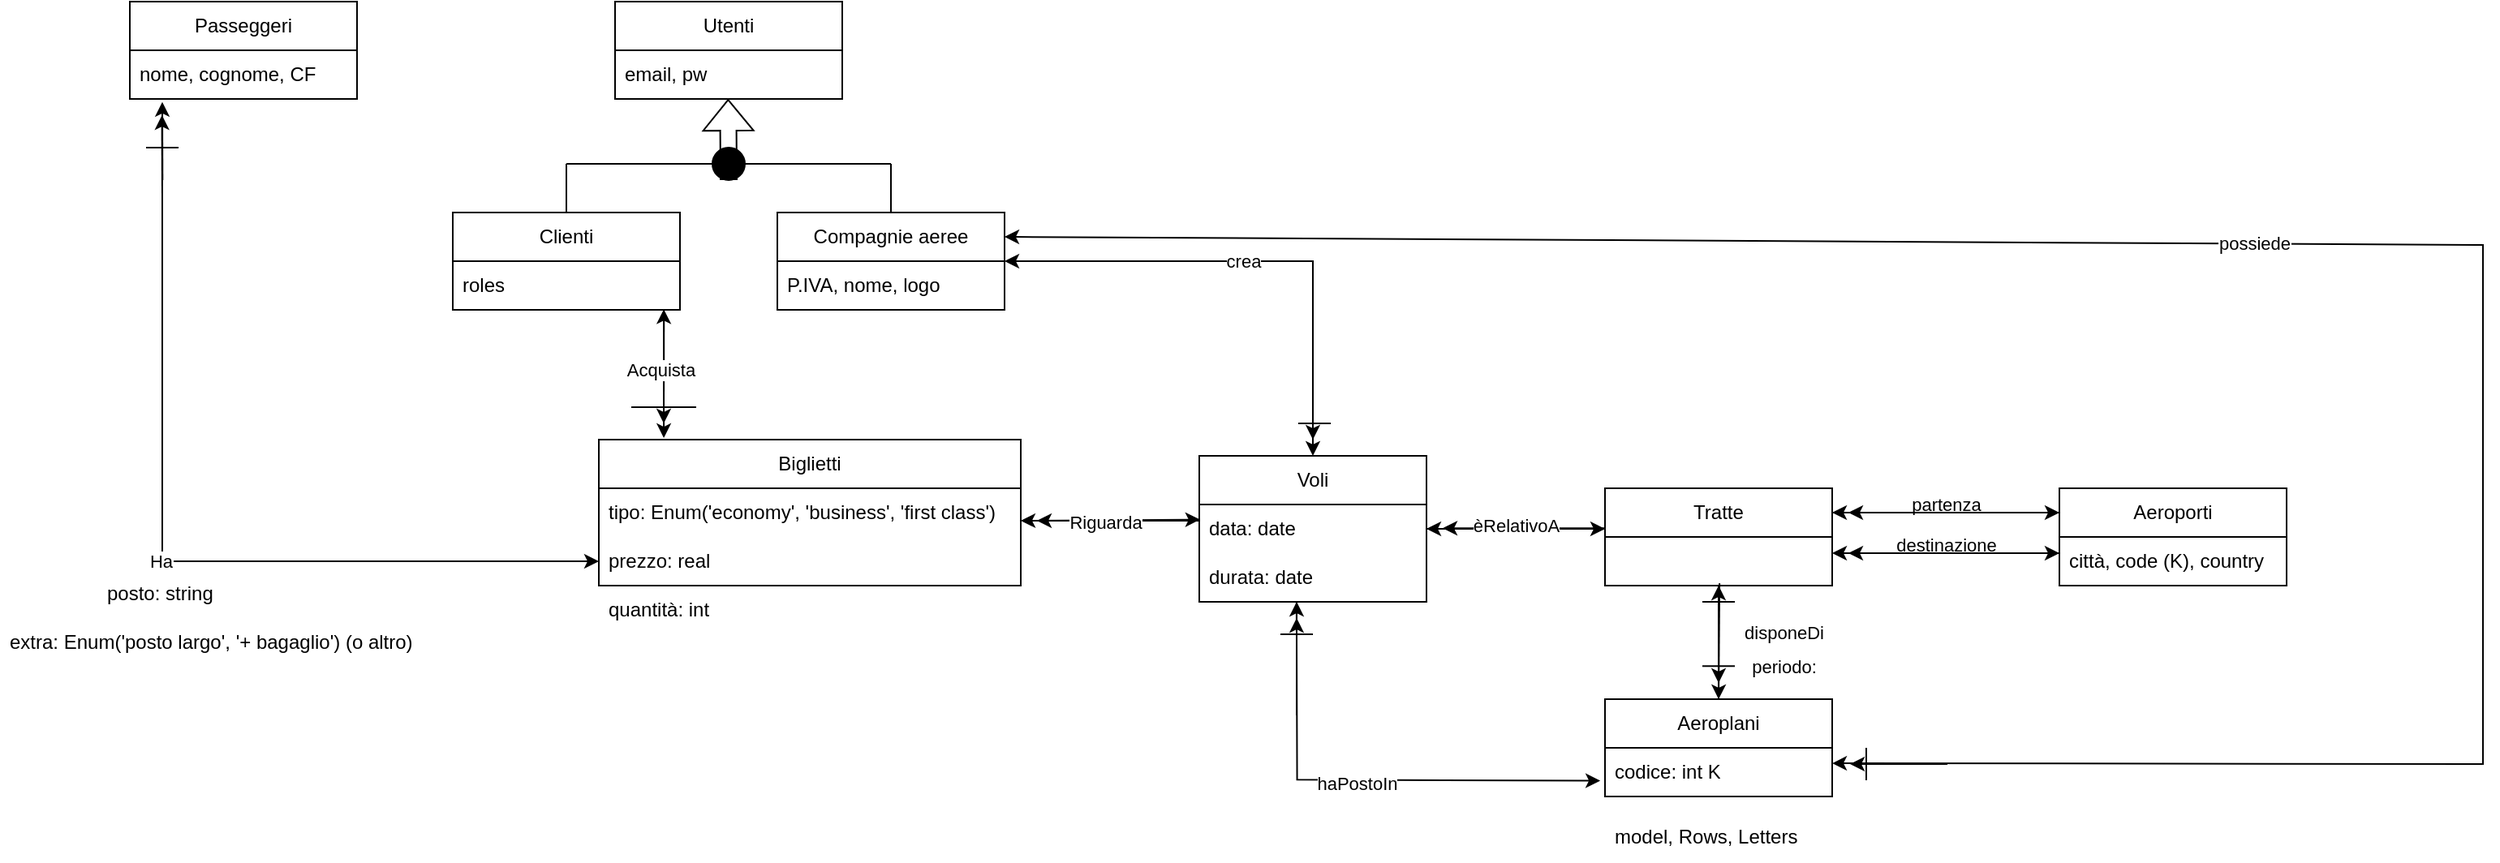
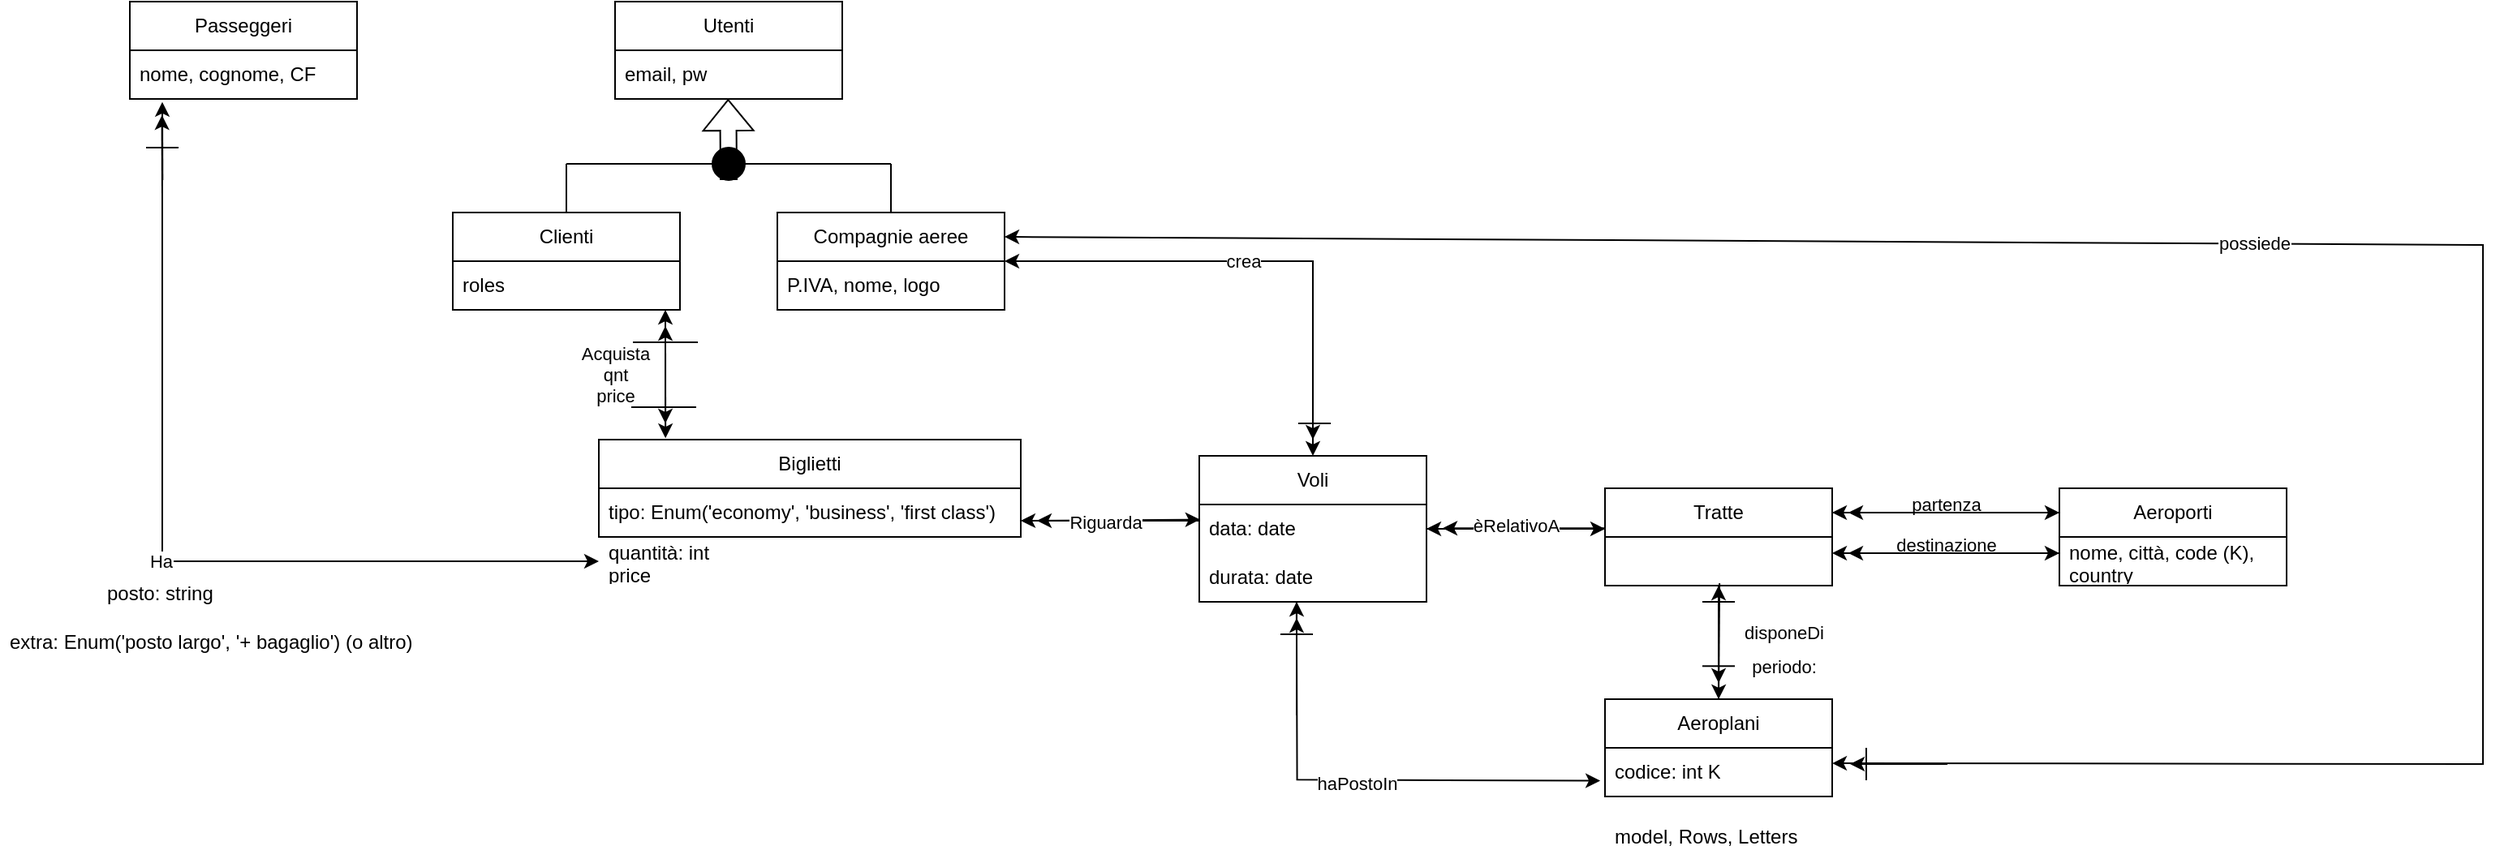
<mxfile host="65bd71144e">
    <diagram name="Pagina-1" id="Y2F9K8NCZ-bAOCw_idQH">
-         <mxGraphModel dx="2176" dy="2015" grid="1" gridSize="10" guides="1" tooltips="1" connect="1" arrows="1" fold="1" page="1" pageScale="1" pageWidth="1169" pageHeight="827" background="none" math="0" shadow="0">
+         <mxGraphModel dx="2523" dy="2261" grid="1" gridSize="10" guides="1" tooltips="1" connect="1" arrows="1" fold="1" page="1" pageScale="1" pageWidth="1169" pageHeight="827" background="none" math="0" shadow="0">
            <root>
                <mxCell id="0"/>
                <mxCell id="1" parent="0"/>
                <mxCell id="_ETjs5SsKa_0tdBlZnar-3" value="Utenti" style="swimlane;fontStyle=0;childLayout=stackLayout;horizontal=1;startSize=30;horizontalStack=0;resizeParent=1;resizeParentMax=0;resizeLast=0;collapsible=1;marginBottom=0;whiteSpace=wrap;html=1;" parent="1" vertex="1">
                    <mxGeometry x="119" y="-1600" width="140" height="60" as="geometry"/>
                </mxCell>
                <mxCell id="_ETjs5SsKa_0tdBlZnar-4" value="email, pw" style="text;strokeColor=none;fillColor=none;align=left;verticalAlign=middle;spacingLeft=4;spacingRight=4;overflow=hidden;points=[[0,0.5],[1,0.5]];portConstraint=eastwest;rotatable=0;whiteSpace=wrap;html=1;" parent="_ETjs5SsKa_0tdBlZnar-3" vertex="1">
                    <mxGeometry y="30" width="140" height="30" as="geometry"/>
                </mxCell>
                <mxCell id="_ETjs5SsKa_0tdBlZnar-15" value="Clienti" style="swimlane;fontStyle=0;childLayout=stackLayout;horizontal=1;startSize=30;horizontalStack=0;resizeParent=1;resizeParentMax=0;resizeLast=0;collapsible=1;marginBottom=0;whiteSpace=wrap;html=1;" parent="1" vertex="1">
                    <mxGeometry x="19" y="-1470" width="140" height="60" as="geometry"/>
                </mxCell>
-                 <mxCell id="31" value="roles" style="text;strokeColor=none;fillColor=none;align=left;verticalAlign=middle;spacingLeft=4;spacingRight=4;overflow=hidden;points=[[0,0.5],[1,0.5]];portConstraint=eastwest;rotatable=0;whiteSpace=wrap;html=1;" vertex="1" parent="_ETjs5SsKa_0tdBlZnar-15">
+                 <mxCell id="31" value="roles" style="text;strokeColor=none;fillColor=none;align=left;verticalAlign=middle;spacingLeft=4;spacingRight=4;overflow=hidden;points=[[0,0.5],[1,0.5]];portConstraint=eastwest;rotatable=0;whiteSpace=wrap;html=1;" parent="_ETjs5SsKa_0tdBlZnar-15" vertex="1">
                    <mxGeometry y="30" width="140" height="30" as="geometry"/>
                </mxCell>
                <mxCell id="_ETjs5SsKa_0tdBlZnar-17" value="Compagnie aeree" style="swimlane;fontStyle=0;childLayout=stackLayout;horizontal=1;startSize=30;horizontalStack=0;resizeParent=1;resizeParentMax=0;resizeLast=0;collapsible=1;marginBottom=0;whiteSpace=wrap;html=1;" parent="1" vertex="1">
                    <mxGeometry x="219" y="-1470" width="140" height="60" as="geometry"/>
                </mxCell>
                <mxCell id="_ETjs5SsKa_0tdBlZnar-18" value="P.IVA, nome, logo" style="text;strokeColor=none;fillColor=none;align=left;verticalAlign=middle;spacingLeft=4;spacingRight=4;overflow=hidden;points=[[0,0.5],[1,0.5]];portConstraint=eastwest;rotatable=0;whiteSpace=wrap;html=1;" parent="_ETjs5SsKa_0tdBlZnar-17" vertex="1">
                    <mxGeometry y="30" width="140" height="30" as="geometry"/>
                </mxCell>
                <mxCell id="_ETjs5SsKa_0tdBlZnar-19" value="Tratte" style="swimlane;fontStyle=0;childLayout=stackLayout;horizontal=1;startSize=30;horizontalStack=0;resizeParent=1;resizeParentMax=0;resizeLast=0;collapsible=1;marginBottom=0;whiteSpace=wrap;html=1;" parent="1" vertex="1">
                    <mxGeometry x="729" y="-1300" width="140" height="60" as="geometry"/>
                </mxCell>
                <mxCell id="_ETjs5SsKa_0tdBlZnar-21" value="Aeroplani" style="swimlane;fontStyle=0;childLayout=stackLayout;horizontal=1;startSize=30;horizontalStack=0;resizeParent=1;resizeParentMax=0;resizeLast=0;collapsible=1;marginBottom=0;whiteSpace=wrap;html=1;" parent="1" vertex="1">
                    <mxGeometry x="729" y="-1170" width="140" height="60" as="geometry"/>
                </mxCell>
                <mxCell id="_ETjs5SsKa_0tdBlZnar-22" value="codice: int K" style="text;strokeColor=none;fillColor=none;align=left;verticalAlign=middle;spacingLeft=4;spacingRight=4;overflow=hidden;points=[[0,0.5],[1,0.5]];portConstraint=eastwest;rotatable=0;whiteSpace=wrap;html=1;" parent="_ETjs5SsKa_0tdBlZnar-21" vertex="1">
                    <mxGeometry y="30" width="140" height="30" as="geometry"/>
                </mxCell>
                <mxCell id="_ETjs5SsKa_0tdBlZnar-23" value="Aeroporti" style="swimlane;fontStyle=0;childLayout=stackLayout;horizontal=1;startSize=30;horizontalStack=0;resizeParent=1;resizeParentMax=0;resizeLast=0;collapsible=1;marginBottom=0;whiteSpace=wrap;html=1;" parent="1" vertex="1">
                    <mxGeometry x="1009" y="-1300" width="140" height="60" as="geometry"/>
                </mxCell>
-                 <mxCell id="_ETjs5SsKa_0tdBlZnar-24" value="città, code (K), country" style="text;strokeColor=none;fillColor=none;align=left;verticalAlign=middle;spacingLeft=4;spacingRight=4;overflow=hidden;points=[[0,0.5],[1,0.5]];portConstraint=eastwest;rotatable=0;whiteSpace=wrap;html=1;" parent="_ETjs5SsKa_0tdBlZnar-23" vertex="1">
+                 <mxCell id="_ETjs5SsKa_0tdBlZnar-24" value="nome, città, code (K), country" style="text;strokeColor=none;fillColor=none;align=left;verticalAlign=middle;spacingLeft=4;spacingRight=4;overflow=hidden;points=[[0,0.5],[1,0.5]];portConstraint=eastwest;rotatable=0;whiteSpace=wrap;html=1;" parent="_ETjs5SsKa_0tdBlZnar-23" vertex="1">
                    <mxGeometry y="30" width="140" height="30" as="geometry"/>
                </mxCell>
                <mxCell id="_ETjs5SsKa_0tdBlZnar-25" value="" style="endArrow=classic;html=1;rounded=0;exitX=1;exitY=0.25;exitDx=0;exitDy=0;entryX=0;entryY=0.25;entryDx=0;entryDy=0;" parent="1" source="_ETjs5SsKa_0tdBlZnar-19" target="_ETjs5SsKa_0tdBlZnar-23" edge="1">
                    <mxGeometry width="50" height="50" relative="1" as="geometry">
                        <mxPoint x="709" y="-1000" as="sourcePoint"/>
                        <mxPoint x="759" y="-1050" as="targetPoint"/>
                    </mxGeometry>
                </mxCell>
                <mxCell id="_ETjs5SsKa_0tdBlZnar-27" value="" style="endArrow=classic;html=1;rounded=0;entryX=1;entryY=0.25;entryDx=0;entryDy=0;exitX=0;exitY=0.25;exitDx=0;exitDy=0;" parent="1" source="_ETjs5SsKa_0tdBlZnar-23" target="_ETjs5SsKa_0tdBlZnar-19" edge="1">
                    <mxGeometry width="50" height="50" relative="1" as="geometry">
                        <mxPoint x="709" y="-1000" as="sourcePoint"/>
                        <mxPoint x="759" y="-1050" as="targetPoint"/>
                    </mxGeometry>
                </mxCell>
                <mxCell id="_ETjs5SsKa_0tdBlZnar-28" value="partenza" style="edgeLabel;html=1;align=center;verticalAlign=middle;resizable=0;points=[];" parent="_ETjs5SsKa_0tdBlZnar-27" vertex="1" connectable="0">
                    <mxGeometry x="0.0872" y="2" relative="1" as="geometry">
                        <mxPoint x="6" y="-7" as="offset"/>
                    </mxGeometry>
                </mxCell>
                <mxCell id="_ETjs5SsKa_0tdBlZnar-29" value="" style="endArrow=classic;html=1;rounded=0;exitX=0;exitY=0.25;exitDx=0;exitDy=0;" parent="1" source="_ETjs5SsKa_0tdBlZnar-23" edge="1">
                    <mxGeometry width="50" height="50" relative="1" as="geometry">
                        <mxPoint x="709" y="-1000" as="sourcePoint"/>
                        <mxPoint x="879" y="-1285" as="targetPoint"/>
                    </mxGeometry>
                </mxCell>
                <mxCell id="_ETjs5SsKa_0tdBlZnar-30" value="" style="endArrow=classic;html=1;rounded=0;entryX=1;entryY=0.25;entryDx=0;entryDy=0;exitX=0;exitY=0.25;exitDx=0;exitDy=0;" parent="1" edge="1">
                    <mxGeometry width="50" height="50" relative="1" as="geometry">
                        <mxPoint x="1009" y="-1260" as="sourcePoint"/>
                        <mxPoint x="869" y="-1260" as="targetPoint"/>
                    </mxGeometry>
                </mxCell>
                <mxCell id="_ETjs5SsKa_0tdBlZnar-31" value="destinazione" style="edgeLabel;html=1;align=center;verticalAlign=middle;resizable=0;points=[];" parent="_ETjs5SsKa_0tdBlZnar-30" vertex="1" connectable="0">
                    <mxGeometry x="0.0872" y="2" relative="1" as="geometry">
                        <mxPoint x="6" y="-7" as="offset"/>
                    </mxGeometry>
                </mxCell>
                <mxCell id="_ETjs5SsKa_0tdBlZnar-32" value="" style="endArrow=classic;html=1;rounded=0;exitX=0;exitY=0.25;exitDx=0;exitDy=0;" parent="1" edge="1">
                    <mxGeometry width="50" height="50" relative="1" as="geometry">
                        <mxPoint x="1009" y="-1260" as="sourcePoint"/>
                        <mxPoint x="879" y="-1260" as="targetPoint"/>
                    </mxGeometry>
                </mxCell>
                <mxCell id="_ETjs5SsKa_0tdBlZnar-33" value="" style="endArrow=classic;html=1;rounded=0;exitX=1.007;exitY=0.333;exitDx=0;exitDy=0;exitPerimeter=0;" parent="1" edge="1">
                    <mxGeometry width="50" height="50" relative="1" as="geometry">
                        <mxPoint x="869.9799999999998" y="-1260.0100000000002" as="sourcePoint"/>
                        <mxPoint x="1009" y="-1260" as="targetPoint"/>
                    </mxGeometry>
                </mxCell>
                <mxCell id="_ETjs5SsKa_0tdBlZnar-34" value="" style="endArrow=classic;html=1;rounded=0;exitX=0.504;exitY=0.951;exitDx=0;exitDy=0;exitPerimeter=0;entryX=0.5;entryY=0;entryDx=0;entryDy=0;" parent="1" target="_ETjs5SsKa_0tdBlZnar-21" edge="1">
                    <mxGeometry width="50" height="50" relative="1" as="geometry">
                        <mxPoint x="799.56" y="-1241.47" as="sourcePoint"/>
                        <mxPoint x="719" y="-1050" as="targetPoint"/>
                    </mxGeometry>
                </mxCell>
                <mxCell id="_ETjs5SsKa_0tdBlZnar-36" value="" style="endArrow=classic;html=1;rounded=0;" parent="1" edge="1">
                    <mxGeometry width="50" height="50" relative="1" as="geometry">
                        <mxPoint x="799" y="-1240" as="sourcePoint"/>
                        <mxPoint x="799" y="-1180" as="targetPoint"/>
                    </mxGeometry>
                </mxCell>
                <mxCell id="_ETjs5SsKa_0tdBlZnar-38" value="disponeDi" style="edgeLabel;html=1;align=center;verticalAlign=middle;resizable=0;points=[];" parent="_ETjs5SsKa_0tdBlZnar-36" vertex="1" connectable="0">
                    <mxGeometry x="-0.0573" y="1" relative="1" as="geometry">
                        <mxPoint x="39" as="offset"/>
                    </mxGeometry>
                </mxCell>
                <mxCell id="_ETjs5SsKa_0tdBlZnar-40" value="periodo:" style="edgeLabel;html=1;align=center;verticalAlign=middle;resizable=0;points=[];" parent="1" vertex="1" connectable="0">
                    <mxGeometry x="839" y="-1190.0048717948719" as="geometry"/>
                </mxCell>
                <mxCell id="_ETjs5SsKa_0tdBlZnar-41" value="" style="endArrow=classic;html=1;rounded=0;" parent="1" edge="1">
                    <mxGeometry width="50" height="50" relative="1" as="geometry">
                        <mxPoint x="799" y="-1170" as="sourcePoint"/>
                        <mxPoint x="799" y="-1240" as="targetPoint"/>
                    </mxGeometry>
                </mxCell>
                <mxCell id="_ETjs5SsKa_0tdBlZnar-42" value="Voli" style="swimlane;fontStyle=0;childLayout=stackLayout;horizontal=1;startSize=30;horizontalStack=0;resizeParent=1;resizeParentMax=0;resizeLast=0;collapsible=1;marginBottom=0;whiteSpace=wrap;html=1;" parent="1" vertex="1">
                    <mxGeometry x="479" y="-1320" width="140" height="90" as="geometry"/>
                </mxCell>
                <mxCell id="_ETjs5SsKa_0tdBlZnar-43" value="data: date" style="text;strokeColor=none;fillColor=none;align=left;verticalAlign=middle;spacingLeft=4;spacingRight=4;overflow=hidden;points=[[0,0.5],[1,0.5]];portConstraint=eastwest;rotatable=0;whiteSpace=wrap;html=1;" parent="_ETjs5SsKa_0tdBlZnar-42" vertex="1">
                    <mxGeometry y="30" width="140" height="30" as="geometry"/>
                </mxCell>
                <mxCell id="_ETjs5SsKa_0tdBlZnar-66" value="durata: date" style="text;strokeColor=none;fillColor=none;align=left;verticalAlign=middle;spacingLeft=4;spacingRight=4;overflow=hidden;points=[[0,0.5],[1,0.5]];portConstraint=eastwest;rotatable=0;whiteSpace=wrap;html=1;" parent="_ETjs5SsKa_0tdBlZnar-42" vertex="1">
                    <mxGeometry y="60" width="140" height="30" as="geometry"/>
                </mxCell>
                <mxCell id="_ETjs5SsKa_0tdBlZnar-46" value="Biglietti" style="swimlane;fontStyle=0;childLayout=stackLayout;horizontal=1;startSize=30;horizontalStack=0;resizeParent=1;resizeParentMax=0;resizeLast=0;collapsible=1;marginBottom=0;whiteSpace=wrap;html=1;" parent="1" vertex="1">
-                     <mxGeometry x="109" y="-1330" width="260" height="90" as="geometry"/>
+                     <mxGeometry x="109" y="-1330" width="260" height="60" as="geometry"/>
                </mxCell>
                <mxCell id="Bv-jkNyQtQAfHgGsfsne-6" value="tipo: Enum(&#39;economy&#39;, &#39;business&#39;, &#39;first class&#39;)" style="text;strokeColor=none;fillColor=none;align=left;verticalAlign=middle;spacingLeft=4;spacingRight=4;overflow=hidden;points=[[0,0.5],[1,0.5]];portConstraint=eastwest;rotatable=0;whiteSpace=wrap;html=1;" parent="_ETjs5SsKa_0tdBlZnar-46" vertex="1">
                    <mxGeometry y="30" width="260" height="30" as="geometry"/>
                </mxCell>
-                 <mxCell id="EdjyHUfcLkRTV670vATM-4" value="prezzo: real" style="text;strokeColor=none;fillColor=none;align=left;verticalAlign=middle;spacingLeft=4;spacingRight=4;overflow=hidden;points=[[0,0.5],[1,0.5]];portConstraint=eastwest;rotatable=0;whiteSpace=wrap;html=1;" parent="_ETjs5SsKa_0tdBlZnar-46" vertex="1">
-                     <mxGeometry y="60" width="260" height="30" as="geometry"/>
-                 </mxCell>
                <mxCell id="_ETjs5SsKa_0tdBlZnar-62" value="" style="endArrow=classic;html=1;rounded=0;exitX=1;exitY=0.5;exitDx=0;exitDy=0;" parent="1" source="_ETjs5SsKa_0tdBlZnar-43" edge="1">
                    <mxGeometry width="50" height="50" relative="1" as="geometry">
                        <mxPoint x="549" y="-1210" as="sourcePoint"/>
                        <mxPoint x="729" y="-1275" as="targetPoint"/>
                    </mxGeometry>
                </mxCell>
                <mxCell id="_ETjs5SsKa_0tdBlZnar-63" value="" style="endArrow=classic;html=1;rounded=0;entryX=1;entryY=0.5;entryDx=0;entryDy=0;" parent="1" target="_ETjs5SsKa_0tdBlZnar-43" edge="1">
                    <mxGeometry width="50" height="50" relative="1" as="geometry">
                        <mxPoint x="729" y="-1275" as="sourcePoint"/>
                        <mxPoint x="549" y="-1230" as="targetPoint"/>
                    </mxGeometry>
                </mxCell>
                <mxCell id="_ETjs5SsKa_0tdBlZnar-64" value="" style="endArrow=classic;html=1;rounded=0;" parent="1" edge="1">
                    <mxGeometry width="50" height="50" relative="1" as="geometry">
                        <mxPoint x="729" y="-1275.4" as="sourcePoint"/>
                        <mxPoint x="629" y="-1275.4" as="targetPoint"/>
                    </mxGeometry>
                </mxCell>
                <mxCell id="_ETjs5SsKa_0tdBlZnar-65" value="èRelativoA" style="edgeLabel;html=1;align=center;verticalAlign=middle;resizable=0;points=[];" parent="_ETjs5SsKa_0tdBlZnar-64" vertex="1" connectable="0">
                    <mxGeometry x="0.0974" y="-2" relative="1" as="geometry">
                        <mxPoint as="offset"/>
                    </mxGeometry>
                </mxCell>
                <mxCell id="_ETjs5SsKa_0tdBlZnar-67" value="" style="shape=flexArrow;endArrow=classic;html=1;rounded=0;exitX=0.5;exitY=1;exitDx=0;exitDy=0;" parent="1" source="_ETjs5SsKa_0tdBlZnar-71" edge="1">
                    <mxGeometry width="50" height="50" relative="1" as="geometry">
                        <mxPoint x="189" y="-1500" as="sourcePoint"/>
                        <mxPoint x="188.67000000000002" y="-1540" as="targetPoint"/>
                    </mxGeometry>
                </mxCell>
                <mxCell id="_ETjs5SsKa_0tdBlZnar-68" value="" style="endArrow=none;html=1;rounded=0;" parent="1" source="_ETjs5SsKa_0tdBlZnar-71" edge="1">
                    <mxGeometry width="50" height="50" relative="1" as="geometry">
                        <mxPoint x="89" y="-1500" as="sourcePoint"/>
                        <mxPoint x="289" y="-1500" as="targetPoint"/>
                    </mxGeometry>
                </mxCell>
                <mxCell id="_ETjs5SsKa_0tdBlZnar-69" value="" style="endArrow=none;html=1;rounded=0;entryX=0.5;entryY=0;entryDx=0;entryDy=0;" parent="1" target="_ETjs5SsKa_0tdBlZnar-15" edge="1">
                    <mxGeometry width="50" height="50" relative="1" as="geometry">
                        <mxPoint x="89" y="-1500" as="sourcePoint"/>
                        <mxPoint x="299" y="-1490" as="targetPoint"/>
                    </mxGeometry>
                </mxCell>
                <mxCell id="_ETjs5SsKa_0tdBlZnar-70" value="" style="endArrow=none;html=1;rounded=0;entryX=0.5;entryY=0;entryDx=0;entryDy=0;" parent="1" target="_ETjs5SsKa_0tdBlZnar-17" edge="1">
                    <mxGeometry width="50" height="50" relative="1" as="geometry">
                        <mxPoint x="289" y="-1500" as="sourcePoint"/>
                        <mxPoint x="309" y="-1480" as="targetPoint"/>
                    </mxGeometry>
                </mxCell>
                <mxCell id="_ETjs5SsKa_0tdBlZnar-73" value="" style="shape=flexArrow;endArrow=classic;html=1;rounded=0;" parent="1" target="_ETjs5SsKa_0tdBlZnar-71" edge="1">
                    <mxGeometry width="50" height="50" relative="1" as="geometry">
                        <mxPoint x="189" y="-1500" as="sourcePoint"/>
                        <mxPoint x="188.67000000000002" y="-1540" as="targetPoint"/>
                    </mxGeometry>
                </mxCell>
                <mxCell id="_ETjs5SsKa_0tdBlZnar-74" value="" style="endArrow=none;html=1;rounded=0;" parent="1" target="_ETjs5SsKa_0tdBlZnar-71" edge="1">
                    <mxGeometry width="50" height="50" relative="1" as="geometry">
                        <mxPoint x="89" y="-1500" as="sourcePoint"/>
                        <mxPoint x="289" y="-1500" as="targetPoint"/>
                    </mxGeometry>
                </mxCell>
                <mxCell id="_ETjs5SsKa_0tdBlZnar-71" value="" style="ellipse;whiteSpace=wrap;html=1;aspect=fixed;strokeColor=#000000;fillColor=#000000;" parent="1" vertex="1">
                    <mxGeometry x="179" y="-1510" width="20" height="20" as="geometry"/>
                </mxCell>
                <mxCell id="_ETjs5SsKa_0tdBlZnar-85" value="" style="endArrow=classic;html=1;rounded=0;exitX=0.426;exitY=1.011;exitDx=0;exitDy=0;exitPerimeter=0;entryX=-0.021;entryY=0.675;entryDx=0;entryDy=0;entryPerimeter=0;" parent="1" target="_ETjs5SsKa_0tdBlZnar-22" edge="1">
                    <mxGeometry width="50" height="50" relative="1" as="geometry">
                        <mxPoint x="538.92" y="-1230" as="sourcePoint"/>
                        <mxPoint x="729" y="-1118.67" as="targetPoint"/>
                        <Array as="points">
                            <mxPoint x="539.28" y="-1120.33"/>
                        </Array>
                    </mxGeometry>
                </mxCell>
                <mxCell id="_ETjs5SsKa_0tdBlZnar-86" value="haPostoIn" style="edgeLabel;html=1;align=center;verticalAlign=middle;resizable=0;points=[];" parent="_ETjs5SsKa_0tdBlZnar-85" vertex="1" connectable="0">
                    <mxGeometry x="-0.0113" y="-2" relative="1" as="geometry">
                        <mxPoint as="offset"/>
                    </mxGeometry>
                </mxCell>
                <mxCell id="_ETjs5SsKa_0tdBlZnar-88" value="" style="endArrow=classic;html=1;rounded=0;" parent="1" edge="1">
                    <mxGeometry width="50" height="50" relative="1" as="geometry">
                        <mxPoint x="539" y="-1170" as="sourcePoint"/>
                        <mxPoint x="539" y="-1230" as="targetPoint"/>
                    </mxGeometry>
                </mxCell>
                <mxCell id="_ETjs5SsKa_0tdBlZnar-89" value="" style="endArrow=classic;html=1;rounded=0;" parent="1" edge="1">
                    <mxGeometry width="50" height="50" relative="1" as="geometry">
                        <mxPoint x="539" y="-1160" as="sourcePoint"/>
                        <mxPoint x="539" y="-1220" as="targetPoint"/>
                    </mxGeometry>
                </mxCell>
-                 <mxCell id="hUyTWg2xCONPmjfaOem0-3" value="" style="endArrow=classic;startArrow=classic;html=1;rounded=0;exitX=0.154;exitY=-0.011;exitDx=0;exitDy=0;exitPerimeter=0;entryX=0.929;entryY=0.989;entryDx=0;entryDy=0;entryPerimeter=0;" parent="1" source="_ETjs5SsKa_0tdBlZnar-46" edge="1">
+                 <mxCell id="hUyTWg2xCONPmjfaOem0-3" value="" style="endArrow=classic;startArrow=classic;html=1;rounded=0;exitX=0.158;exitY=-0.015;exitDx=0;exitDy=0;exitPerimeter=0;" parent="1" source="_ETjs5SsKa_0tdBlZnar-46" edge="1">
                    <mxGeometry width="50" height="50" relative="1" as="geometry">
                        <mxPoint x="289" y="-1260" as="sourcePoint"/>
-                         <mxPoint x="149.05999999999995" y="-1410.33" as="targetPoint"/>
-                     </mxGeometry>
-                 </mxCell>
-                 <mxCell id="hUyTWg2xCONPmjfaOem0-9" value="" style="endArrow=classic;html=1;rounded=0;exitX=0.929;exitY=1;exitDx=0;exitDy=0;exitPerimeter=0;" parent="1" edge="1">
-                     <mxGeometry width="50" height="50" relative="1" as="geometry">
-                         <mxPoint x="149.05999999999995" y="-1410" as="sourcePoint"/>
-                         <mxPoint x="149" y="-1340" as="targetPoint"/>
-                     </mxGeometry>
-                 </mxCell>
-                 <mxCell id="Bv-jkNyQtQAfHgGsfsne-1" value="Acquista" style="edgeLabel;html=1;align=center;verticalAlign=middle;resizable=0;points=[];" parent="hUyTWg2xCONPmjfaOem0-9" vertex="1" connectable="0">
+                         <mxPoint x="150" y="-1400" as="targetPoint"/>
+                     </mxGeometry>
+                 </mxCell>
+                 <mxCell id="hUyTWg2xCONPmjfaOem0-9" value="" style="endArrow=classic;html=1;rounded=0;" parent="1" edge="1">
+                     <mxGeometry width="50" height="50" relative="1" as="geometry">
+                         <mxPoint x="150" y="-1400" as="sourcePoint"/>
+                         <mxPoint x="150" y="-1340" as="targetPoint"/>
+                     </mxGeometry>
+                 </mxCell>
+                 <mxCell id="Bv-jkNyQtQAfHgGsfsne-1" value="Acquista&lt;div&gt;qnt&lt;/div&gt;&lt;div&gt;price&lt;/div&gt;" style="edgeLabel;html=1;align=center;verticalAlign=middle;resizable=0;points=[];" parent="hUyTWg2xCONPmjfaOem0-9" vertex="1" connectable="0">
                    <mxGeometry x="0.0517" y="-2" relative="1" as="geometry">
-                         <mxPoint as="offset"/>
+                         <mxPoint x="-29" y="-2" as="offset"/>
                    </mxGeometry>
                </mxCell>
                <mxCell id="Bv-jkNyQtQAfHgGsfsne-2" value="" style="endArrow=classic;startArrow=classic;html=1;rounded=0;entryX=0.003;entryY=0.31;entryDx=0;entryDy=0;entryPerimeter=0;" parent="1" target="_ETjs5SsKa_0tdBlZnar-43" edge="1">
                    <mxGeometry width="50" height="50" relative="1" as="geometry">
                        <mxPoint x="369" y="-1280" as="sourcePoint"/>
                        <mxPoint x="419" y="-1330" as="targetPoint"/>
                    </mxGeometry>
                </mxCell>
                <mxCell id="Bv-jkNyQtQAfHgGsfsne-3" value="" style="endArrow=classic;html=1;rounded=0;" parent="1" edge="1">
                    <mxGeometry width="50" height="50" relative="1" as="geometry">
                        <mxPoint x="479" y="-1280" as="sourcePoint"/>
                        <mxPoint x="379" y="-1280" as="targetPoint"/>
                    </mxGeometry>
                </mxCell>
                <mxCell id="Bv-jkNyQtQAfHgGsfsne-4" value="Riguarda" style="edgeLabel;html=1;align=center;verticalAlign=middle;resizable=0;points=[];" parent="Bv-jkNyQtQAfHgGsfsne-3" vertex="1" connectable="0">
                    <mxGeometry x="0.16" y="1" relative="1" as="geometry">
                        <mxPoint as="offset"/>
                    </mxGeometry>
                </mxCell>
                <mxCell id="EdjyHUfcLkRTV670vATM-6" value="" style="endArrow=none;html=1;rounded=0;" parent="1" edge="1">
                    <mxGeometry width="50" height="50" relative="1" as="geometry">
                        <mxPoint x="129" y="-1350" as="sourcePoint"/>
                        <mxPoint x="169" y="-1350" as="targetPoint"/>
                    </mxGeometry>
                </mxCell>
                <mxCell id="EdjyHUfcLkRTV670vATM-8" value="" style="endArrow=none;html=1;rounded=0;" parent="1" edge="1">
                    <mxGeometry width="50" height="50" relative="1" as="geometry">
                        <mxPoint x="529" y="-1210" as="sourcePoint"/>
                        <mxPoint x="549" y="-1210" as="targetPoint"/>
                    </mxGeometry>
                </mxCell>
                <mxCell id="EdjyHUfcLkRTV670vATM-9" value="" style="endArrow=none;html=1;rounded=0;" parent="1" edge="1">
                    <mxGeometry width="50" height="50" relative="1" as="geometry">
                        <mxPoint x="809" y="-1230" as="sourcePoint"/>
                        <mxPoint x="789" y="-1230" as="targetPoint"/>
                    </mxGeometry>
                </mxCell>
                <mxCell id="EdjyHUfcLkRTV670vATM-10" value="" style="endArrow=none;html=1;rounded=0;" parent="1" edge="1">
                    <mxGeometry width="50" height="50" relative="1" as="geometry">
                        <mxPoint x="809" y="-1190.3400000000001" as="sourcePoint"/>
                        <mxPoint x="789" y="-1190.3400000000001" as="targetPoint"/>
                    </mxGeometry>
                </mxCell>
                <mxCell id="EdjyHUfcLkRTV670vATM-13" value="" style="endArrow=classic;startArrow=classic;html=1;rounded=0;exitX=1;exitY=0.5;exitDx=0;exitDy=0;entryX=0.5;entryY=0;entryDx=0;entryDy=0;" parent="1" source="_ETjs5SsKa_0tdBlZnar-17" target="_ETjs5SsKa_0tdBlZnar-42" edge="1">
                    <mxGeometry width="50" height="50" relative="1" as="geometry">
                        <mxPoint x="620" y="-1330" as="sourcePoint"/>
                        <mxPoint x="670" y="-1380" as="targetPoint"/>
                        <Array as="points">
                            <mxPoint x="549" y="-1440"/>
                        </Array>
                    </mxGeometry>
                </mxCell>
                <mxCell id="EdjyHUfcLkRTV670vATM-15" value="crea" style="edgeLabel;html=1;align=center;verticalAlign=middle;resizable=0;points=[];" parent="EdjyHUfcLkRTV670vATM-13" connectable="0" vertex="1">
                    <mxGeometry x="-0.0562" relative="1" as="geometry">
                        <mxPoint as="offset"/>
                    </mxGeometry>
                </mxCell>
                <mxCell id="EdjyHUfcLkRTV670vATM-14" value="" style="endArrow=classic;html=1;rounded=0;" parent="1" edge="1">
                    <mxGeometry width="50" height="50" relative="1" as="geometry">
                        <mxPoint x="549" y="-1410" as="sourcePoint"/>
                        <mxPoint x="549" y="-1330" as="targetPoint"/>
                    </mxGeometry>
                </mxCell>
                <mxCell id="EdjyHUfcLkRTV670vATM-16" value="" style="endArrow=none;html=1;rounded=0;" parent="1" edge="1">
                    <mxGeometry width="50" height="50" relative="1" as="geometry">
                        <mxPoint x="540" y="-1340" as="sourcePoint"/>
                        <mxPoint x="560" y="-1340" as="targetPoint"/>
                    </mxGeometry>
                </mxCell>
                <mxCell id="11" value="Passeggeri" style="swimlane;fontStyle=0;childLayout=stackLayout;horizontal=1;startSize=30;horizontalStack=0;resizeParent=1;resizeParentMax=0;resizeLast=0;collapsible=1;marginBottom=0;whiteSpace=wrap;html=1;" parent="1" vertex="1">
                    <mxGeometry x="-180" y="-1600" width="140" height="60" as="geometry"/>
                </mxCell>
                <mxCell id="12" value="&lt;span style=&quot;color: rgb(0, 0, 0);&quot;&gt;nome, cognome, CF&lt;/span&gt;" style="text;strokeColor=none;fillColor=none;align=left;verticalAlign=middle;spacingLeft=4;spacingRight=4;overflow=hidden;points=[[0,0.5],[1,0.5]];portConstraint=eastwest;rotatable=0;whiteSpace=wrap;html=1;" parent="11" vertex="1">
                    <mxGeometry y="30" width="140" height="30" as="geometry"/>
                </mxCell>
-                 <mxCell id="16" value="" style="endArrow=classic;html=1;rounded=0;entryX=0;entryY=0.5;entryDx=0;entryDy=0;" parent="1" target="EdjyHUfcLkRTV670vATM-4" edge="1">
+                 <mxCell id="16" value="" style="endArrow=classic;html=1;rounded=0;entryX=0;entryY=0.5;entryDx=0;entryDy=0;" parent="1" edge="1">
                    <mxGeometry width="50" height="50" relative="1" as="geometry">
                        <mxPoint x="-160" y="-1530" as="sourcePoint"/>
-                         <mxPoint x="50" y="-1255" as="targetPoint"/>
+                         <mxPoint x="109" y="-1255" as="targetPoint"/>
                        <Array as="points">
                            <mxPoint x="-160" y="-1255"/>
                        </Array>
                    </mxGeometry>
                </mxCell>
                <mxCell id="17" value="Ha" style="edgeLabel;html=1;align=center;verticalAlign=middle;resizable=0;points=[];" parent="16" vertex="1" connectable="0">
                    <mxGeometry x="0.0517" y="-2" relative="1" as="geometry">
                        <mxPoint x="-12" y="-2" as="offset"/>
                    </mxGeometry>
                </mxCell>
                <mxCell id="19" value="" style="endArrow=classic;html=1;rounded=0;entryX=0.106;entryY=1.063;entryDx=0;entryDy=0;entryPerimeter=0;" parent="1" edge="1">
                    <mxGeometry width="50" height="50" relative="1" as="geometry">
                        <mxPoint x="-159.84" y="-1490" as="sourcePoint"/>
                        <mxPoint x="-159.99999999999986" y="-1538.11" as="targetPoint"/>
                        <Array as="points"/>
                    </mxGeometry>
                </mxCell>
                <mxCell id="EdjyHUfcLkRTV670vATM-5" value="posto: string" style="text;strokeColor=none;fillColor=none;align=left;verticalAlign=middle;spacingLeft=4;spacingRight=4;overflow=hidden;points=[[0,0.5],[1,0.5]];portConstraint=eastwest;rotatable=0;whiteSpace=wrap;html=1;" parent="1" vertex="1">
                    <mxGeometry x="-200" y="-1250" width="80" height="30" as="geometry"/>
                </mxCell>
                <mxCell id="_ETjs5SsKa_0tdBlZnar-47" value="extra: Enum(&#39;posto largo&#39;, &#39;+ bagaglio&#39;) (o altro)" style="text;strokeColor=none;fillColor=none;align=left;verticalAlign=middle;spacingLeft=4;spacingRight=4;overflow=hidden;points=[[0,0.5],[1,0.5]];portConstraint=eastwest;rotatable=0;whiteSpace=wrap;html=1;" parent="1" vertex="1">
                    <mxGeometry x="-260" y="-1220" width="260" height="30" as="geometry"/>
                </mxCell>
-                 <mxCell id="21" value="quantità: int" style="text;strokeColor=none;fillColor=none;align=left;verticalAlign=middle;spacingLeft=4;spacingRight=4;overflow=hidden;points=[[0,0.5],[1,0.5]];portConstraint=eastwest;rotatable=0;whiteSpace=wrap;html=1;" parent="1" vertex="1">
-                     <mxGeometry x="109" y="-1240" width="260" height="30" as="geometry"/>
+                 <mxCell id="21" value="quantità: int&lt;div&gt;price&lt;/div&gt;" style="text;strokeColor=none;fillColor=none;align=left;verticalAlign=middle;spacingLeft=4;spacingRight=4;overflow=hidden;points=[[0,0.5],[1,0.5]];portConstraint=eastwest;rotatable=0;whiteSpace=wrap;html=1;" parent="1" vertex="1">
+                     <mxGeometry x="109" y="-1270" width="260" height="30" as="geometry"/>
                </mxCell>
                <mxCell id="22" value="model, Rows, Letters" style="text;strokeColor=none;fillColor=none;align=left;verticalAlign=middle;spacingLeft=4;spacingRight=4;overflow=hidden;points=[[0,0.5],[1,0.5]];portConstraint=eastwest;rotatable=0;whiteSpace=wrap;html=1;" parent="1" vertex="1">
                    <mxGeometry x="729" y="-1100" width="140" height="30" as="geometry"/>
                </mxCell>
                <mxCell id="23" value="" style="endArrow=classic;startArrow=classic;html=1;rounded=0;exitX=1;exitY=0.25;exitDx=0;exitDy=0;entryX=1;entryY=0.317;entryDx=0;entryDy=0;entryPerimeter=0;" parent="1" source="_ETjs5SsKa_0tdBlZnar-17" target="_ETjs5SsKa_0tdBlZnar-22" edge="1">
                    <mxGeometry width="50" height="50" relative="1" as="geometry">
                        <mxPoint x="584" y="-1540" as="sourcePoint"/>
                        <mxPoint x="774" y="-1420" as="targetPoint"/>
                        <Array as="points">
                            <mxPoint x="1270" y="-1450"/>
                            <mxPoint x="1270" y="-1130"/>
                        </Array>
                    </mxGeometry>
                </mxCell>
                <mxCell id="24" value="possiede" style="edgeLabel;html=1;align=center;verticalAlign=middle;resizable=0;points=[];" parent="23" connectable="0" vertex="1">
                    <mxGeometry x="-0.0562" relative="1" as="geometry">
                        <mxPoint as="offset"/>
                    </mxGeometry>
                </mxCell>
                <mxCell id="26" value="" style="endArrow=classic;html=1;rounded=0;" parent="1" edge="1">
                    <mxGeometry width="50" height="50" relative="1" as="geometry">
                        <mxPoint x="940" y="-1130" as="sourcePoint"/>
                        <mxPoint x="880" y="-1130" as="targetPoint"/>
                    </mxGeometry>
                </mxCell>
                <mxCell id="27" value="" style="endArrow=none;html=1;rounded=0;" parent="1" edge="1">
                    <mxGeometry width="50" height="50" relative="1" as="geometry">
                        <mxPoint x="890" y="-1140" as="sourcePoint"/>
                        <mxPoint x="890" y="-1120" as="targetPoint"/>
                    </mxGeometry>
                </mxCell>
                <mxCell id="28" value="" style="endArrow=classic;html=1;rounded=0;entryX=0.106;entryY=1.063;entryDx=0;entryDy=0;entryPerimeter=0;" parent="1" edge="1">
                    <mxGeometry width="50" height="50" relative="1" as="geometry">
                        <mxPoint x="-160.03" y="-1481.89" as="sourcePoint"/>
                        <mxPoint x="-160.18999999999986" y="-1530" as="targetPoint"/>
                        <Array as="points"/>
                    </mxGeometry>
                </mxCell>
                <mxCell id="29" value="" style="endArrow=none;html=1;rounded=0;" parent="1" edge="1">
                    <mxGeometry width="50" height="50" relative="1" as="geometry">
                        <mxPoint x="-170" y="-1510" as="sourcePoint"/>
                        <mxPoint x="-150" y="-1510" as="targetPoint"/>
                        <Array as="points">
                            <mxPoint x="-160" y="-1510"/>
                        </Array>
+                     </mxGeometry>
+                 </mxCell>
+                 <mxCell id="33" value="" style="endArrow=classic;html=1;rounded=0;" parent="1" edge="1">
+                     <mxGeometry width="50" height="50" relative="1" as="geometry">
+                         <mxPoint x="150" y="-1380" as="sourcePoint"/>
+                         <mxPoint x="150" y="-1410" as="targetPoint"/>
+                     </mxGeometry>
+                 </mxCell>
+                 <mxCell id="36" value="" style="endArrow=none;html=1;rounded=0;" parent="1" edge="1">
+                     <mxGeometry width="50" height="50" relative="1" as="geometry">
+                         <mxPoint x="130" y="-1390" as="sourcePoint"/>
+                         <mxPoint x="170" y="-1390" as="targetPoint"/>
                    </mxGeometry>
                </mxCell>
            </root>
        </mxGraphModel>
    </diagram>
</mxfile>